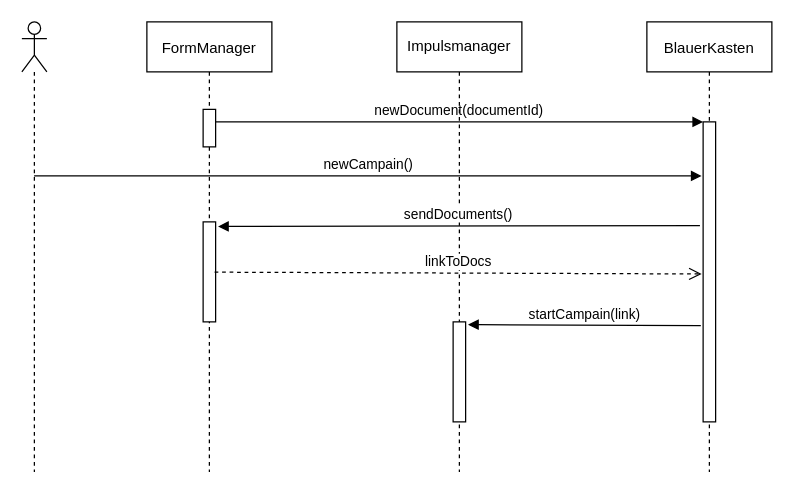
The draw.io diagram document_creation_sequence.drawio in stargazer74/diagramme, before the edit. Source tidied: cells renumbered, new cells numbered last; positions are measured from the earlier drawing's top-left corner, leaving out a move shared by most shapes. Both pictures are drawn from the tidied source at 125%, with x=0, y=0 at pixel (21, 21).
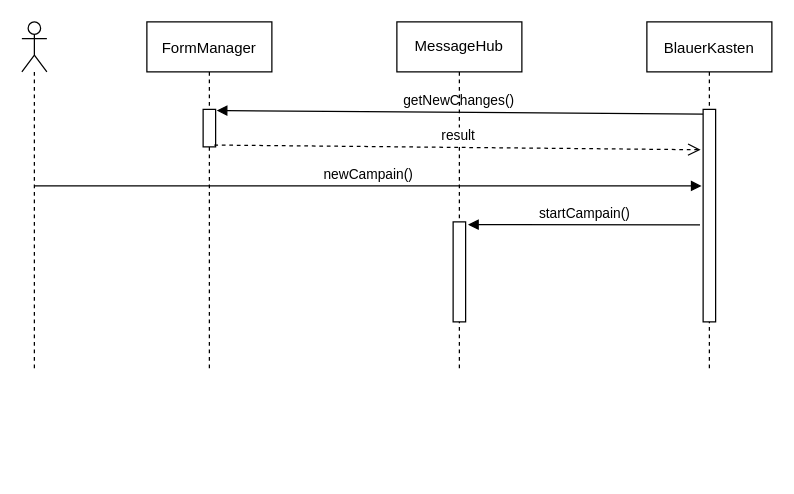
The same page after the edit.

Diff of the diagram source:
```diff
@@
 <mxGraphModel>
   <root>
     <mxCell id="0" />
     <mxCell id="1" parent="0" />
     <mxCell id="2" value="FormManager" style="shape=umlLifeline;perimeter=lifelinePerimeter;rounded=0;shadow=0;strokeWidth=1;" parent="1" vertex="1">
-      <mxGeometry x="100" width="100" height="360" as="geometry" />
+      <mxGeometry x="100" width="100" height="280" as="geometry" />
     </mxCell>
     <mxCell id="3" style="points=[];perimeter=orthogonalPerimeter;rounded=0;shadow=0;strokeWidth=1;" parent="2" vertex="1">
       <mxGeometry x="45" y="70" width="10" height="30" as="geometry" />
     </mxCell>
-    <mxCell id="4" style="html=1;points=[];perimeter=orthogonalPerimeter;" parent="2" vertex="1">
-      <mxGeometry x="45" y="160" width="10" height="80" as="geometry" />
-    </mxCell>
     <mxCell id="5" value="BlauerKasten" style="shape=umlLifeline;perimeter=lifelinePerimeter;rounded=0;shadow=0;strokeWidth=1;" parent="1" vertex="1">
-      <mxGeometry x="500" width="100" height="360" as="geometry" />
+      <mxGeometry x="500" width="100" height="280" as="geometry" />
     </mxCell>
     <mxCell id="6" style="points=[];perimeter=orthogonalPerimeter;rounded=0;shadow=0;strokeWidth=1;" parent="5" vertex="1">
-      <mxGeometry x="45" y="80" width="10" height="240" as="geometry" />
+      <mxGeometry x="45" y="70" width="10" height="170" as="geometry" />
     </mxCell>
-    <mxCell id="7" value="newDocument(documentId)" style="verticalAlign=bottom;endArrow=block;entryX=0;entryY=0;shadow=0;strokeWidth=1;" parent="1" edge="1" source="3" target="6">
+    <mxCell id="7" value="getNewChanges()" style="verticalAlign=bottom;endArrow=block;entryX=1.086;entryY=0.03;shadow=0;strokeWidth=1;entryDx=0;entryDy=0;entryPerimeter=0;exitX=-0.01;exitY=0.022;exitDx=0;exitDy=0;exitPerimeter=0;" parent="1" edge="1" source="6" target="3">
       <mxGeometry relative="1" as="geometry" />
     </mxCell>
-    <mxCell id="8" value="Impulsmanager" style="shape=umlLifeline;perimeter=lifelinePerimeter;whiteSpace=wrap;html=1;" parent="1" vertex="1">
-      <mxGeometry x="300" width="100" height="360" as="geometry" />
+    <mxCell id="8" value="MessageHub" style="shape=umlLifeline;perimeter=lifelinePerimeter;whiteSpace=wrap;html=1;" parent="1" vertex="1">
+      <mxGeometry x="300" width="100" height="280" as="geometry" />
     </mxCell>
     <mxCell id="9" style="html=1;points=[];perimeter=orthogonalPerimeter;" parent="8" vertex="1">
-      <mxGeometry x="45" y="240" width="10" height="80" as="geometry" />
+      <mxGeometry x="45" y="160" width="10" height="80" as="geometry" />
     </mxCell>
     <mxCell id="10" style="shape=umlLifeline;participant=umlActor;perimeter=lifelinePerimeter;whiteSpace=wrap;html=1;verticalAlign=top;spacingTop=36;" parent="1" vertex="1">
-      <mxGeometry width="20" height="360" as="geometry" />
+      <mxGeometry width="20" height="280" as="geometry" />
     </mxCell>
     <mxCell id="11" value="newCampain()" style="html=1;verticalAlign=bottom;endArrow=block;rounded=0;entryX=-0.117;entryY=0.159;entryDx=0;entryDy=0;entryPerimeter=0;" parent="1" edge="1">
       <mxGeometry relative="1" as="geometry">
-        <mxPoint x="9.8" y="123.2" as="sourcePoint" />
-        <mxPoint x="543.8" y="123.2" as="targetPoint" />
+        <mxPoint x="9.8" y="131.2" as="sourcePoint" />
+        <mxPoint x="543.8" y="131.2" as="targetPoint" />
       </mxGeometry>
     </mxCell>
-    <mxCell id="12" value="sendDocuments()" style="html=1;verticalAlign=bottom;endArrow=block;rounded=0;entryX=1.193;entryY=0.046;entryDx=0;entryDy=0;entryPerimeter=0;exitX=-0.255;exitY=0.346;exitDx=0;exitDy=0;exitPerimeter=0;" parent="1" edge="1" source="6" target="4">
-      <mxGeometry relative="1" as="geometry" />
-    </mxCell>
-    <mxCell id="13" value="linkToDocs" style="html=1;verticalAlign=bottom;endArrow=open;dashed=1;endSize=8;rounded=0;entryX=-0.117;entryY=0.507;entryDx=0;entryDy=0;entryPerimeter=0;exitX=0.917;exitY=0.503;exitDx=0;exitDy=0;exitPerimeter=0;" parent="1" edge="1" source="4" target="6">
-      <mxGeometry relative="1" as="geometry" />
-    </mxCell>
-    <mxCell id="14" value="startCampain(link)" style="html=1;verticalAlign=bottom;endArrow=block;rounded=0;entryX=1.193;entryY=0.028;entryDx=0;entryDy=0;entryPerimeter=0;exitX=-0.186;exitY=0.679;exitDx=0;exitDy=0;exitPerimeter=0;" parent="1" edge="1" source="6" target="9">
+    <mxCell id="14" value="startCampain()" style="html=1;verticalAlign=bottom;endArrow=block;rounded=0;entryX=1.193;entryY=0.028;entryDx=0;entryDy=0;entryPerimeter=0;exitX=-0.248;exitY=0.543;exitDx=0;exitDy=0;exitPerimeter=0;" parent="1" edge="1" source="6" target="9">
       <mxGeometry relative="1" as="geometry" />
     </mxCell>
+    <mxCell id="15" value="result" style="html=1;verticalAlign=bottom;endArrow=open;dashed=1;endSize=8;rounded=0;entryX=-0.2;entryY=0.19;entryDx=0;entryDy=0;entryPerimeter=0;exitX=0.895;exitY=0.951;exitDx=0;exitDy=0;exitPerimeter=0;" parent="1" edge="1" source="3" target="6">
+      <mxGeometry relative="1" as="geometry" />
+    </mxCell>
   </root>
 </mxGraphModel>
```
